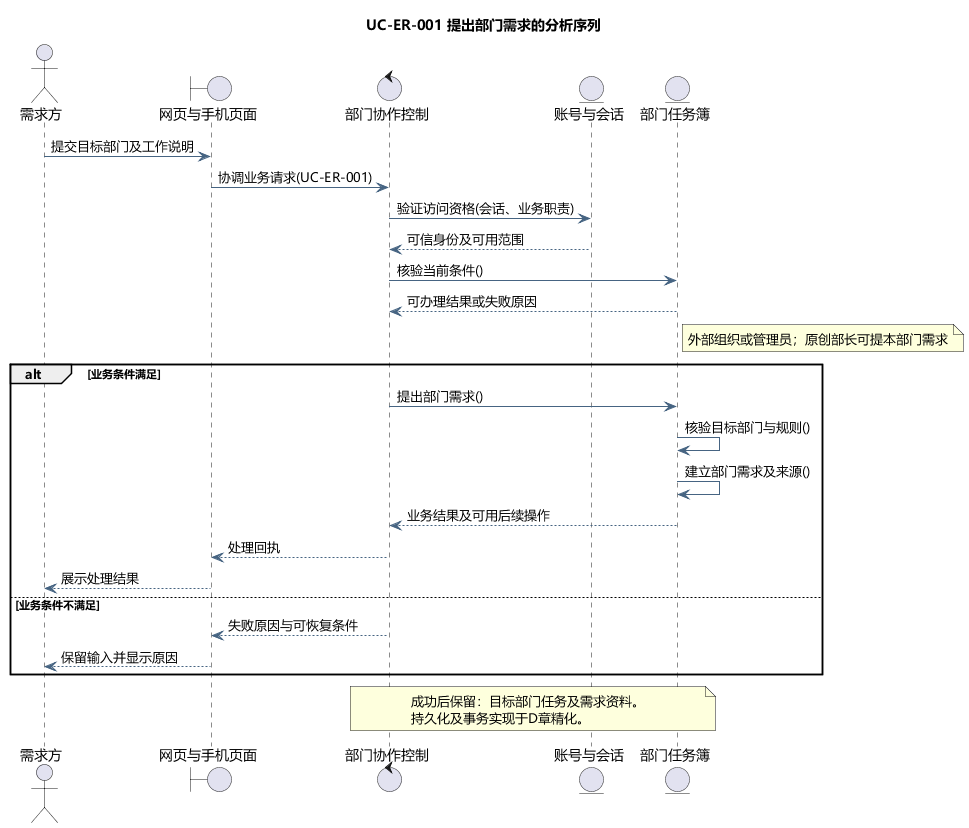
The PlantUML diagram docs/diagrams/analysis/seq-uc-er-001.png in tccc1csu/miniprogram-csu, before a commit.
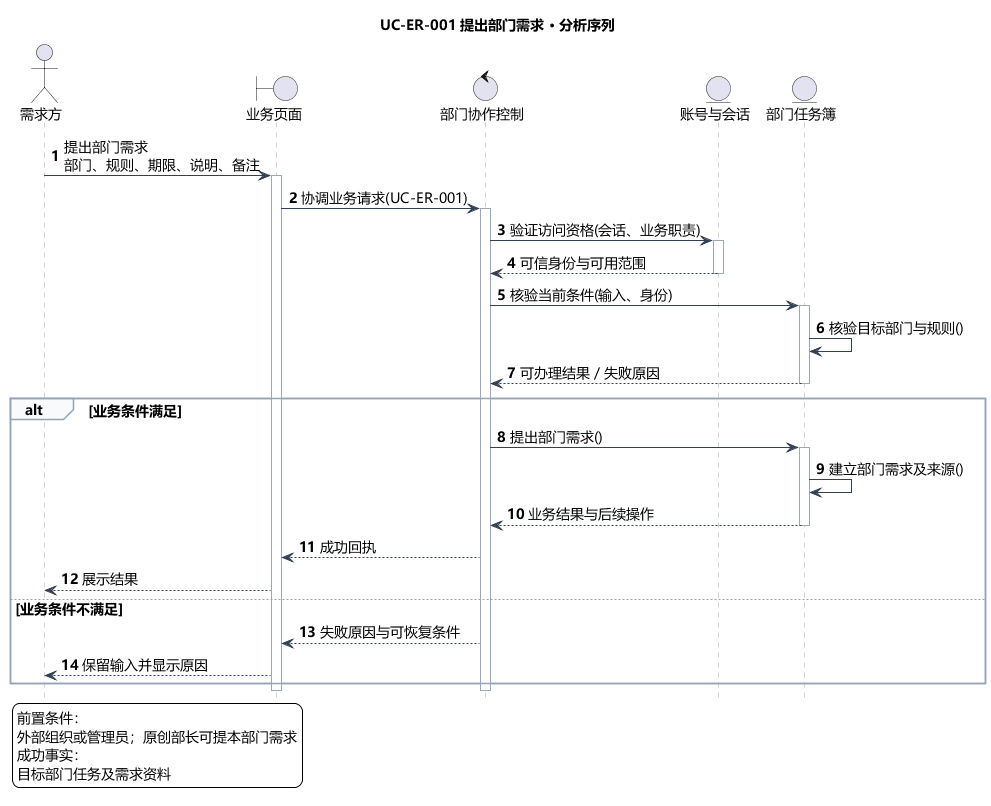
Later version of the same file.

Diff of the diagram source:
```diff
@@ -5,35 +5,53 @@
 skinparam ArrowColor #466482
 skinparam classAttributeIconSize 0
 hide empty members
-title UC-ER-001 提出部门需求的分析序列
+skinparam defaultFontSize 14
+skinparam sequenceLifeLineBorderColor #9AA8B8
+skinparam sequenceArrowColor #334155
+skinparam sequenceGroupBorderColor #94A3B8
+skinparam sequenceGroupBackgroundColor #F8FAFC
+skinparam sequenceParticipantPadding 18
+skinparam maxMessageSize 240
+hide footbox
+autonumber
+title UC-ER-001 提出部门需求 · 分析序列
 actor "需求方" as actor
-boundary "网页与手机页面" as page
+boundary "业务页面" as page
 control "部门协作控制" as ctl
 entity "账号与会话" as identity
 entity "部门任务簿" as model
-actor -> page : 提交目标部门及工作说明
+actor -> page : 提出部门需求\n部门、规则、期限、说明、备注
+activate page
 page -> ctl : 协调业务请求(UC-ER-001)
+activate ctl
 ctl -> identity : 验证访问资格(会话、业务职责)
-identity --> ctl : 可信身份及可用范围
-ctl -> model : 核验当前条件()
-model --> ctl : 可办理结果或失败原因
-note right of model
-外部组织或管理员；原创部长可提本部门需求
-end note
+activate identity
+identity --> ctl : 可信身份与可用范围
+deactivate identity
+ctl -> model : 核验当前条件(输入、身份)
+activate model
+model -> model : 核验目标部门与规则()
+model --> ctl : 可办理结果／失败原因
+deactivate model
 alt 业务条件满足
 ctl -> model : 提出部门需求()
-model -> model : 核验目标部门与规则()
+activate model
 model -> model : 建立部门需求及来源()
-model --> ctl : 业务结果及可用后续操作
-ctl --> page : 处理回执
-page --> actor : 展示处理结果
+model --> ctl : 业务结果与后续操作
+deactivate model
+ctl --> page : 成功回执
+page --> actor : 展示结果
 else 业务条件不满足
 ctl --> page : 失败原因与可恢复条件
 page --> actor : 保留输入并显示原因
 end
-note over ctl,model
-成功后保留：目标部门任务及需求资料。
-持久化及事务实现于D章精化。
-end note
+deactivate ctl
+deactivate page
+legend bottom left
+前置条件：
+外部组织或管理员；原创部长可提本部门需求
+成功事实：
+目标部门任务及需求资料
+endlegend
 
 @enduml
```
